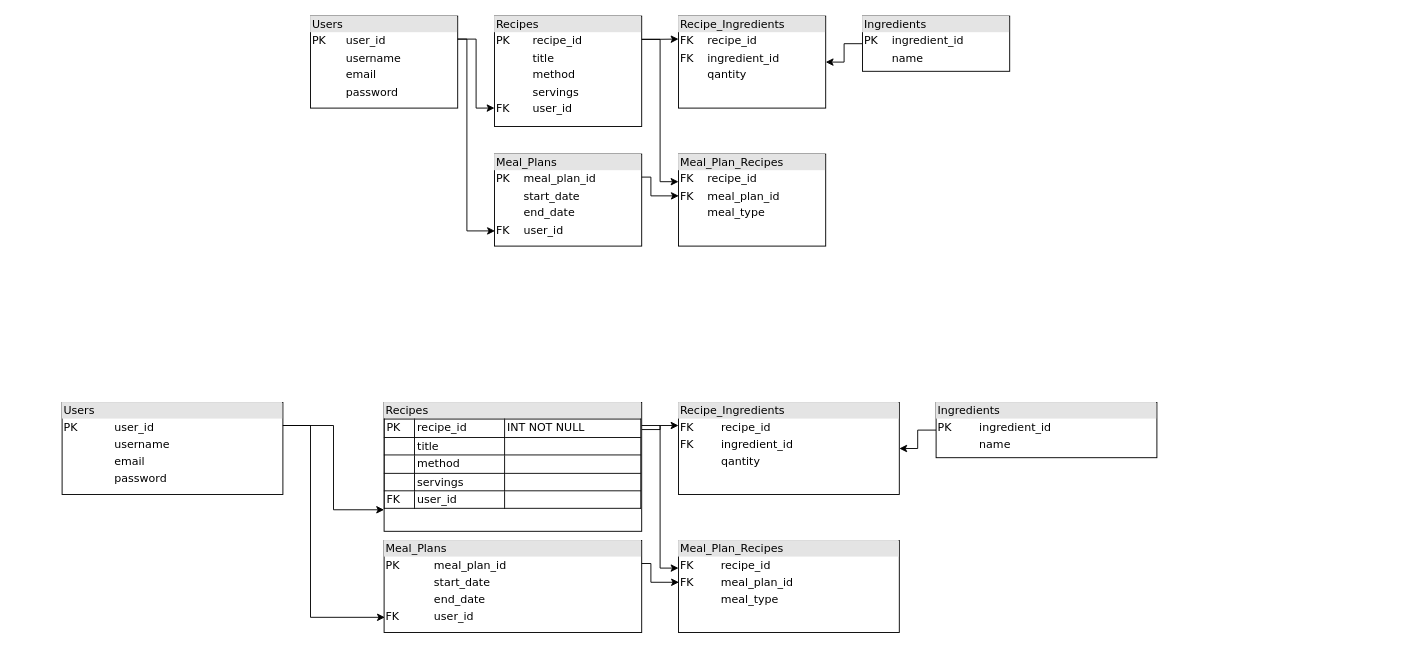
dmcneill15/IOD-Capstone-MealPlanner keeps this draw.io diagram as _documentation/MealPlanner.drawio. Above is the earlier version. Source tidied: cells renumbered, new cells numbered last; positions are measured from the earlier drawing's top-left corner, leaving out a move shared by most shapes. Both pictures are drawn from the tidied source at 92%, with x=0, y=0 at pixel (62, 16).
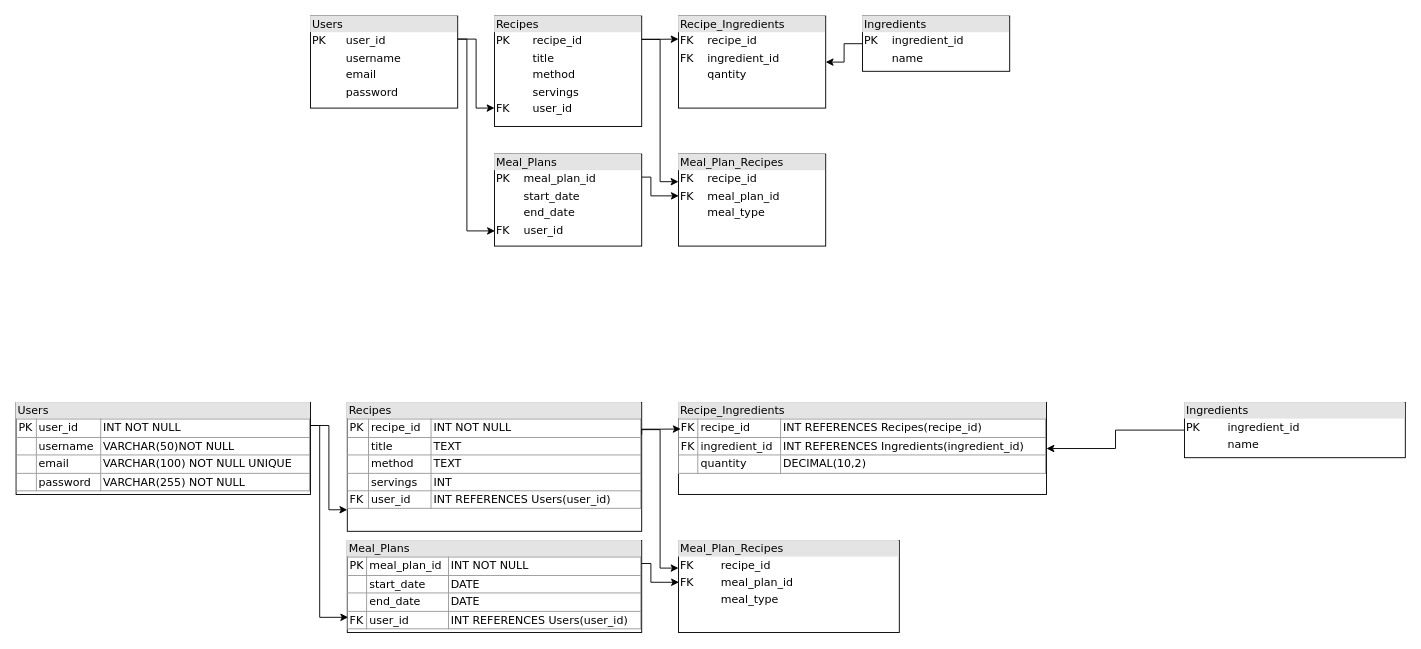
Above is the later version.

Unchanged cells that the change refers to:
```xml
<mxCell id="22" value="&lt;div style=&quot;box-sizing: border-box ; width: 100% ; background: #e4e4e4 ; padding: 2px&quot;&gt;Meal_Plan_Recipes&lt;/div&gt;&lt;table style=&quot;width: 100% ; font-size: 1em&quot; cellpadding=&quot;2&quot; cellspacing=&quot;0&quot;&gt;&lt;tbody&gt;&lt;tr&gt;&lt;td&gt;FK&lt;/td&gt;&lt;td&gt;recipe_id&lt;/td&gt;&lt;/tr&gt;&lt;tr&gt;&lt;td&gt;FK&lt;/td&gt;&lt;td&gt;meal_plan_id&lt;/td&gt;&lt;/tr&gt;&lt;tr&gt;&lt;td&gt;&lt;br&gt;&lt;/td&gt;&lt;td&gt;meal_type&lt;/td&gt;&lt;/tr&gt;&lt;/tbody&gt;&lt;/table&gt;" style="verticalAlign=top;align=left;overflow=fill;html=1;rounded=0;shadow=0;comic=0;labelBackgroundColor=none;strokeWidth=1;fontFamily=Verdana;fontSize=12;" parent="1" vertex="1">
  <mxGeometry x="670" y="570" width="240" height="100" as="geometry" />
</mxCell>
```

Diff of the diagram source:
```diff
@@
-    <mxCell id="14" value="&lt;div style=&quot;box-sizing: border-box ; width: 100% ; background: #e4e4e4 ; padding: 2px&quot;&gt;Users&lt;/div&gt;&lt;table style=&quot;width: 100% ; font-size: 1em&quot; cellpadding=&quot;2&quot; cellspacing=&quot;0&quot;&gt;&lt;tbody&gt;&lt;tr&gt;&lt;td&gt;PK&lt;/td&gt;&lt;td&gt;user_id&lt;/td&gt;&lt;/tr&gt;&lt;tr&gt;&lt;td&gt;&lt;br&gt;&lt;/td&gt;&lt;td&gt;username&lt;/td&gt;&lt;/tr&gt;&lt;tr&gt;&lt;td&gt;&lt;/td&gt;&lt;td&gt;email&lt;/td&gt;&lt;/tr&gt;&lt;tr&gt;&lt;td&gt;&lt;br&gt;&lt;/td&gt;&lt;td&gt;password&lt;br&gt;&lt;/td&gt;&lt;/tr&gt;&lt;/tbody&gt;&lt;/table&gt;" style="verticalAlign=top;align=left;overflow=fill;html=1;rounded=0;shadow=0;comic=0;labelBackgroundColor=none;strokeWidth=1;fontFamily=Verdana;fontSize=12;" parent="1" vertex="1">
-      <mxGeometry y="420" width="240" height="100" as="geometry" />
+    <mxCell id="14" value="&lt;div style=&quot;box-sizing: border-box ; width: 100% ; background: #e4e4e4 ; padding: 2px&quot;&gt;Users&lt;/div&gt;&lt;table border=&quot;1&quot; style=&quot;width: 100%; font-size: 1em; border: 1px solid rgb(153, 153, 153); border-collapse: collapse;&quot; cellpadding=&quot;2&quot; cellspacing=&quot;0&quot;&gt;&lt;tbody&gt;&lt;tr&gt;&lt;td&gt;PK&lt;/td&gt;&lt;td&gt;user_id&lt;/td&gt;&lt;td&gt;INT NOT NULL&lt;/td&gt;&lt;/tr&gt;&lt;tr&gt;&lt;td&gt;&lt;br&gt;&lt;/td&gt;&lt;td&gt;username&lt;/td&gt;&lt;td&gt;VARCHAR(50)NOT NULL&lt;/td&gt;&lt;/tr&gt;&lt;tr&gt;&lt;td&gt;&lt;/td&gt;&lt;td&gt;email&lt;/td&gt;&lt;td&gt;VARCHAR(100) NOT NULL UNIQUE&lt;/td&gt;&lt;/tr&gt;&lt;tr&gt;&lt;td&gt;&lt;br&gt;&lt;/td&gt;&lt;td&gt;password&lt;br&gt;&lt;/td&gt;&lt;td&gt;VARCHAR(255) NOT NULL&lt;/td&gt;&lt;/tr&gt;&lt;/tbody&gt;&lt;/table&gt;" style="verticalAlign=top;align=left;overflow=fill;html=1;rounded=0;shadow=0;comic=0;labelBackgroundColor=none;strokeWidth=1;fontFamily=Verdana;fontSize=12;" parent="1" vertex="1">
+      <mxGeometry x="-50" y="420" width="320" height="100" as="geometry" />
     </mxCell>
-    <mxCell id="15" style="edgeStyle=orthogonalEdgeStyle;rounded=0;jettySize=auto;html=1;exitX=0.999;exitY=0.21;exitDx=0;exitDy=0;entryX=0;entryY=0.25;entryDx=0;entryDy=0;exitPerimeter=0;" parent="1" edge="1" source="17" target="21">
-      <mxGeometry relative="1" as="geometry" />
-    </mxCell>
     <mxCell id="16" style="edgeStyle=orthogonalEdgeStyle;rounded=0;jettySize=auto;html=1;exitX=0.996;exitY=0.211;exitDx=0;exitDy=0;entryX=0;entryY=0.3;entryDx=0;entryDy=0;entryPerimeter=0;exitPerimeter=0;" parent="1" edge="1" source="17" target="22">
       <mxGeometry relative="1" as="geometry">
         <Array as="points">
-          <mxPoint x="650" y="445" />
+          <mxPoint x="650" y="449" />
           <mxPoint x="650" y="600" />
         </Array>
       </mxGeometry>
     </mxCell>
-    <mxCell id="17" value="&lt;div style=&quot;box-sizing: border-box ; width: 100% ; background: #e4e4e4 ; padding: 2px&quot;&gt;Recipes&lt;/div&gt;&lt;table border=&quot;1&quot; style=&quot;width: 100%; font-size: 1em; border: 1px solid rgb(8, 8, 8); border-collapse: collapse;&quot; cellpadding=&quot;2&quot; cellspacing=&quot;0&quot;&gt;&lt;tbody&gt;&lt;tr&gt;&lt;td&gt;PK&lt;/td&gt;&lt;td&gt;recipe_id&lt;/td&gt;&lt;td&gt;INT NOT NULL&lt;/td&gt;&lt;/tr&gt;&lt;tr&gt;&lt;td&gt;&lt;br&gt;&lt;/td&gt;&lt;td&gt;title&lt;/td&gt;&lt;td&gt;&lt;br&gt;&lt;/td&gt;&lt;/tr&gt;&lt;tr&gt;&lt;td&gt;&lt;/td&gt;&lt;td&gt;method&lt;/td&gt;&lt;td&gt;&lt;br&gt;&lt;/td&gt;&lt;/tr&gt;&lt;tr&gt;&lt;td&gt;&lt;br&gt;&lt;/td&gt;&lt;td&gt;servings&lt;br&gt;&lt;/td&gt;&lt;td&gt;&lt;br&gt;&lt;/td&gt;&lt;/tr&gt;&lt;tr&gt;&lt;td&gt;FK&lt;/td&gt;&lt;td&gt;user_id&lt;/td&gt;&lt;td&gt;&lt;br&gt;&lt;/td&gt;&lt;/tr&gt;&lt;/tbody&gt;&lt;/table&gt;" style="verticalAlign=top;align=left;overflow=fill;html=1;rounded=0;shadow=0;comic=0;labelBackgroundColor=none;strokeWidth=1;fontFamily=Verdana;fontSize=12;" parent="1" vertex="1">
-      <mxGeometry x="350" y="420" width="280" height="140" as="geometry" />
+    <mxCell id="17" value="&lt;div style=&quot;box-sizing: border-box ; width: 100% ; background: #e4e4e4 ; padding: 2px&quot;&gt;Recipes&lt;/div&gt;&lt;table border=&quot;1&quot; style=&quot;width: 100%; font-size: 1em; border: 1px solid rgb(153, 153, 153); border-collapse: collapse;&quot; cellpadding=&quot;2&quot; cellspacing=&quot;0&quot;&gt;&lt;tbody&gt;&lt;tr&gt;&lt;td&gt;PK&lt;/td&gt;&lt;td&gt;recipe_id&lt;/td&gt;&lt;td&gt;INT NOT NULL&lt;/td&gt;&lt;/tr&gt;&lt;tr&gt;&lt;td&gt;&lt;br&gt;&lt;/td&gt;&lt;td&gt;title&lt;/td&gt;&lt;td&gt;TEXT&lt;/td&gt;&lt;/tr&gt;&lt;tr&gt;&lt;td&gt;&lt;/td&gt;&lt;td&gt;method&lt;/td&gt;&lt;td&gt;TEXT&lt;/td&gt;&lt;/tr&gt;&lt;tr&gt;&lt;td&gt;&lt;br&gt;&lt;/td&gt;&lt;td&gt;servings&lt;br&gt;&lt;/td&gt;&lt;td&gt;INT&lt;/td&gt;&lt;/tr&gt;&lt;tr&gt;&lt;td&gt;FK&lt;/td&gt;&lt;td&gt;user_id&lt;/td&gt;&lt;td&gt;INT REFERENCES Users(user_id)&lt;/td&gt;&lt;/tr&gt;&lt;/tbody&gt;&lt;/table&gt;" style="verticalAlign=top;align=left;overflow=fill;html=1;rounded=0;shadow=0;comic=0;labelBackgroundColor=none;strokeWidth=1;fontFamily=Verdana;fontSize=12;" parent="1" vertex="1">
+      <mxGeometry x="310" y="420" width="320" height="140" as="geometry" />
     </mxCell>
-    <mxCell id="18" value="&lt;div style=&quot;box-sizing: border-box ; width: 100% ; background: #e4e4e4 ; padding: 2px&quot;&gt;Meal_Plans&lt;/div&gt;&lt;table style=&quot;width: 100% ; font-size: 1em&quot; cellpadding=&quot;2&quot; cellspacing=&quot;0&quot;&gt;&lt;tbody&gt;&lt;tr&gt;&lt;td&gt;PK&lt;/td&gt;&lt;td&gt;meal_plan_id&lt;/td&gt;&lt;/tr&gt;&lt;tr&gt;&lt;td&gt;&lt;br&gt;&lt;/td&gt;&lt;td&gt;start_date&lt;/td&gt;&lt;/tr&gt;&lt;tr&gt;&lt;td&gt;&lt;/td&gt;&lt;td&gt;end_date&lt;/td&gt;&lt;/tr&gt;&lt;tr&gt;&lt;td&gt;FK&lt;/td&gt;&lt;td&gt;user_id&lt;/td&gt;&lt;/tr&gt;&lt;/tbody&gt;&lt;/table&gt;" style="verticalAlign=top;align=left;overflow=fill;html=1;rounded=0;shadow=0;comic=0;labelBackgroundColor=none;strokeWidth=1;fontFamily=Verdana;fontSize=12;" parent="1" vertex="1">
-      <mxGeometry x="350" y="570" width="280" height="100" as="geometry" />
+    <mxCell id="18" value="&lt;div style=&quot;box-sizing: border-box ; width: 100% ; background: #e4e4e4 ; padding: 2px&quot;&gt;Meal_Plans&lt;/div&gt;&lt;table border=&quot;1&quot; style=&quot;width: 100%; font-size: 1em; border: 1px solid rgb(153, 153, 153); border-collapse: collapse;&quot; cellpadding=&quot;2&quot; cellspacing=&quot;0&quot;&gt;&lt;tbody&gt;&lt;tr&gt;&lt;td&gt;PK&lt;/td&gt;&lt;td&gt;meal_plan_id&lt;/td&gt;&lt;td&gt;INT NOT NULL&lt;/td&gt;&lt;/tr&gt;&lt;tr&gt;&lt;td&gt;&lt;br&gt;&lt;/td&gt;&lt;td&gt;start_date&lt;/td&gt;&lt;td&gt;DATE&lt;/td&gt;&lt;/tr&gt;&lt;tr&gt;&lt;td&gt;&lt;/td&gt;&lt;td&gt;end_date&lt;/td&gt;&lt;td&gt;DATE&lt;/td&gt;&lt;/tr&gt;&lt;tr&gt;&lt;td&gt;FK&lt;/td&gt;&lt;td&gt;user_id&lt;/td&gt;&lt;td&gt;INT REFERENCES Users(user_id)&lt;br&gt;&lt;/td&gt;&lt;/tr&gt;&lt;/tbody&gt;&lt;/table&gt;" style="verticalAlign=top;align=left;overflow=fill;html=1;rounded=0;shadow=0;comic=0;labelBackgroundColor=none;strokeWidth=1;fontFamily=Verdana;fontSize=12;" parent="1" vertex="1">
+      <mxGeometry x="310" y="570" width="320" height="100" as="geometry" />
     </mxCell>
@@
     <mxCell id="20" value="&lt;div style=&quot;box-sizing: border-box ; width: 100% ; background: #e4e4e4 ; padding: 2px&quot;&gt;Ingredients&lt;/div&gt;&lt;table style=&quot;width: 100% ; font-size: 1em&quot; cellpadding=&quot;2&quot; cellspacing=&quot;0&quot;&gt;&lt;tbody&gt;&lt;tr&gt;&lt;td&gt;PK&lt;/td&gt;&lt;td&gt;ingredient_id&lt;/td&gt;&lt;/tr&gt;&lt;tr&gt;&lt;td&gt;&lt;br&gt;&lt;/td&gt;&lt;td&gt;name&lt;/td&gt;&lt;/tr&gt;&lt;/tbody&gt;&lt;/table&gt;" style="verticalAlign=top;align=left;overflow=fill;html=1;rounded=0;shadow=0;comic=0;labelBackgroundColor=none;strokeWidth=1;fontFamily=Verdana;fontSize=12;" parent="1" vertex="1">
-      <mxGeometry x="950" y="420" width="240" height="60" as="geometry" />
+      <mxGeometry x="1220" y="420" width="240" height="60" as="geometry" />
     </mxCell>
-    <mxCell id="21" value="&lt;div style=&quot;box-sizing: border-box ; width: 100% ; background: #e4e4e4 ; padding: 2px&quot;&gt;Recipe_Ingredients&lt;/div&gt;&lt;table style=&quot;width: 100% ; font-size: 1em&quot; cellpadding=&quot;2&quot; cellspacing=&quot;0&quot;&gt;&lt;tbody&gt;&lt;tr&gt;&lt;td&gt;FK&lt;/td&gt;&lt;td&gt;recipe_id&lt;/td&gt;&lt;/tr&gt;&lt;tr&gt;&lt;td&gt;FK&lt;/td&gt;&lt;td&gt;ingredient_id&lt;/td&gt;&lt;/tr&gt;&lt;tr&gt;&lt;td&gt;&lt;br&gt;&lt;/td&gt;&lt;td&gt;qantity&lt;/td&gt;&lt;/tr&gt;&lt;/tbody&gt;&lt;/table&gt;" style="verticalAlign=top;align=left;overflow=fill;html=1;rounded=0;shadow=0;comic=0;labelBackgroundColor=none;strokeWidth=1;fontFamily=Verdana;fontSize=12;" parent="1" vertex="1">
-      <mxGeometry x="670" y="420" width="240" height="100" as="geometry" />
+    <mxCell id="21" value="&lt;div style=&quot;box-sizing: border-box ; width: 100% ; background: #e4e4e4 ; padding: 2px&quot;&gt;Recipe_Ingredients&lt;/div&gt;&lt;table border=&quot;1&quot; style=&quot;width: 100%; font-size: 1em; border: 1px solid rgb(153, 153, 153); border-collapse: collapse;&quot; cellpadding=&quot;2&quot; cellspacing=&quot;0&quot;&gt;&lt;tbody&gt;&lt;tr&gt;&lt;td&gt;FK&lt;/td&gt;&lt;td&gt;recipe_id&lt;/td&gt;&lt;td&gt;INT REFERENCES Recipes(recipe_id)&lt;/td&gt;&lt;/tr&gt;&lt;tr&gt;&lt;td&gt;FK&lt;/td&gt;&lt;td&gt;ingredient_id&lt;/td&gt;&lt;td&gt;INT REFERENCES Ingredients(ingredient_id)&lt;/td&gt;&lt;/tr&gt;&lt;tr&gt;&lt;td&gt;&lt;br&gt;&lt;/td&gt;&lt;td&gt;quantity&lt;/td&gt;&lt;td&gt;DECIMAL(10,2)&lt;/td&gt;&lt;/tr&gt;&lt;/tbody&gt;&lt;/table&gt;" style="verticalAlign=top;align=left;overflow=fill;html=1;rounded=0;shadow=0;comic=0;labelBackgroundColor=none;strokeWidth=1;fontFamily=Verdana;fontSize=12;" parent="1" vertex="1">
+      <mxGeometry x="670" y="420" width="400" height="100" as="geometry" />
     </mxCell>
@@
     <mxCell id="23" style="edgeStyle=orthogonalEdgeStyle;rounded=0;jettySize=auto;html=1;exitX=1;exitY=0.25;exitDx=0;exitDy=0;entryX=0;entryY=0.833;entryDx=0;entryDy=0;entryPerimeter=0;" parent="1" edge="1" source="14" target="17">
-      <mxGeometry relative="1" as="geometry" />
+      <mxGeometry relative="1" as="geometry">
+        <Array as="points">
+          <mxPoint x="290" y="445" />
+          <mxPoint x="290" y="537" />
+        </Array>
+      </mxGeometry>
     </mxCell>
     <mxCell id="24" style="edgeStyle=orthogonalEdgeStyle;rounded=0;jettySize=auto;html=1;exitX=1;exitY=0.25;exitDx=0;exitDy=0;entryX=0.003;entryY=0.835;entryDx=0;entryDy=0;entryPerimeter=0;" parent="1" edge="1" source="14" target="18">
       <mxGeometry relative="1" as="geometry">
         <Array as="points">
-          <mxPoint x="270" y="445" />
-          <mxPoint x="270" y="654" />
+          <mxPoint x="280" y="445" />
+          <mxPoint x="280" y="654" />
         </Array>
       </mxGeometry>
     </mxCell>
@@
+    <mxCell id="15" style="edgeStyle=orthogonalEdgeStyle;rounded=0;jettySize=auto;html=1;exitX=1;exitY=0.25;exitDx=0;exitDy=0;entryX=0.006;entryY=0.288;entryDx=0;entryDy=0;entryPerimeter=0;" parent="1" edge="1" source="17" target="21">
+      <mxGeometry relative="1" as="geometry">
+        <Array as="points">
+          <mxPoint x="630" y="449" />
+          <mxPoint x="650" y="449" />
+        </Array>
+      </mxGeometry>
+    </mxCell>
```
